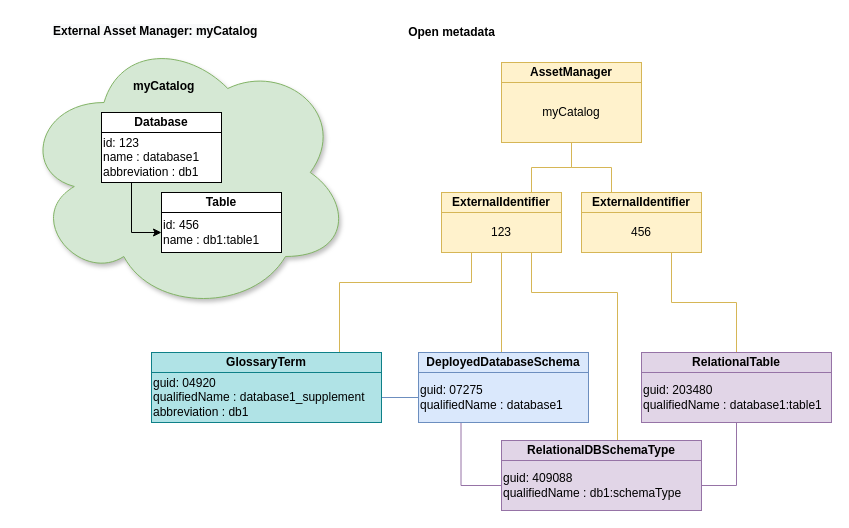
This is page "one-to-many-mapping" (3 of 4) of site/docs/features/external-identifiers/external-identifiers.drawio from odpi/egeria-docs, a draw.io file, before an edit. Source tidied: cells renumbered, new cells numbered last; positions are measured from the earlier drawing's top-left corner, leaving out a move shared by most shapes. Both pictures are drawn from the tidied source at 100%, with x=0, y=0 at pixel (21, 17).
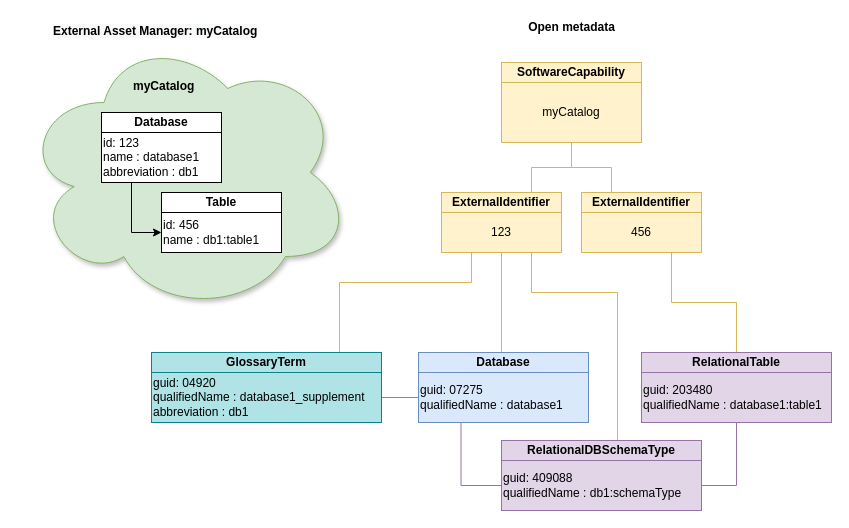
Above is the later version.

Diff of the diagram source:
```diff
@@
-    <mxCell id="6" value="AssetManager" style="rounded=0;whiteSpace=wrap;html=1;align=center;fontStyle=1;fillColor=#fff2cc;strokeColor=#d6b656;" parent="1" vertex="1">
+    <mxCell id="6" value="SoftwareCapability" style="rounded=0;whiteSpace=wrap;html=1;align=center;fontStyle=1;fillColor=#fff2cc;strokeColor=#d6b656;" parent="1" vertex="1">
       <mxGeometry x="480" y="45" width="140" height="20" as="geometry" />
     </mxCell>
@@
-    <mxCell id="20" value="DeployedDatabaseSchema" style="rounded=0;whiteSpace=wrap;html=1;fontStyle=1;fillColor=#dae8fc;strokeColor=#6c8ebf;" parent="1" vertex="1">
+    <mxCell id="20" value="Database" style="rounded=0;whiteSpace=wrap;html=1;fontStyle=1;fillColor=#dae8fc;strokeColor=#6c8ebf;" parent="1" vertex="1">
       <mxGeometry x="397" y="335" width="170" height="20" as="geometry" />
     </mxCell>
@@
     <mxCell id="29" value="&lt;b&gt;Open metadata&lt;/b&gt;" style="text;html=1;align=center;verticalAlign=middle;" parent="1" vertex="1">
-      <mxGeometry x="380" y="5" width="100" height="20" as="geometry" />
+      <mxGeometry x="500" width="100" height="20" as="geometry" />
     </mxCell>
```
